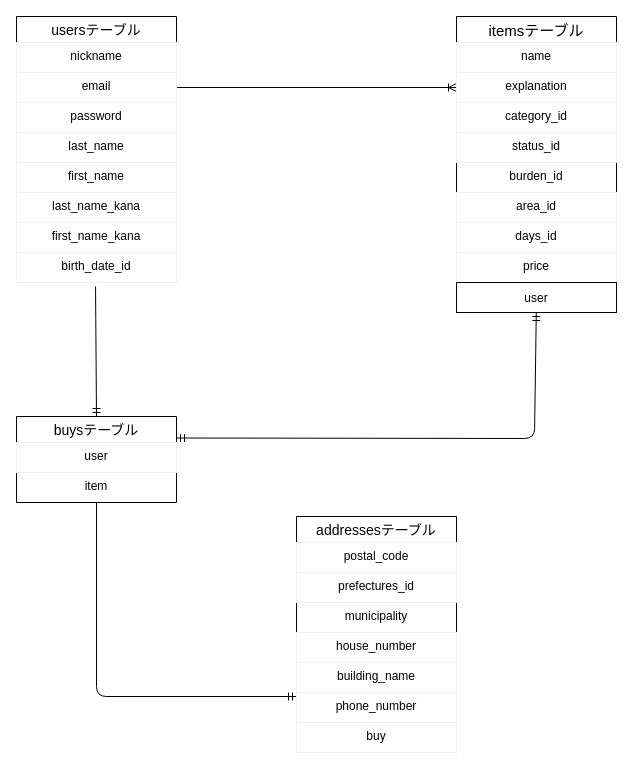
This is furima.dio from MatsuYuu/furima-31100, a draw.io file, before an edit. Source tidied: cells renumbered, new cells numbered last; positions are measured from the earlier drawing's top-left corner, leaving out a move shared by most shapes. Both pictures are drawn from the tidied source at 100%, with x=0, y=0 at pixel (16, 16).
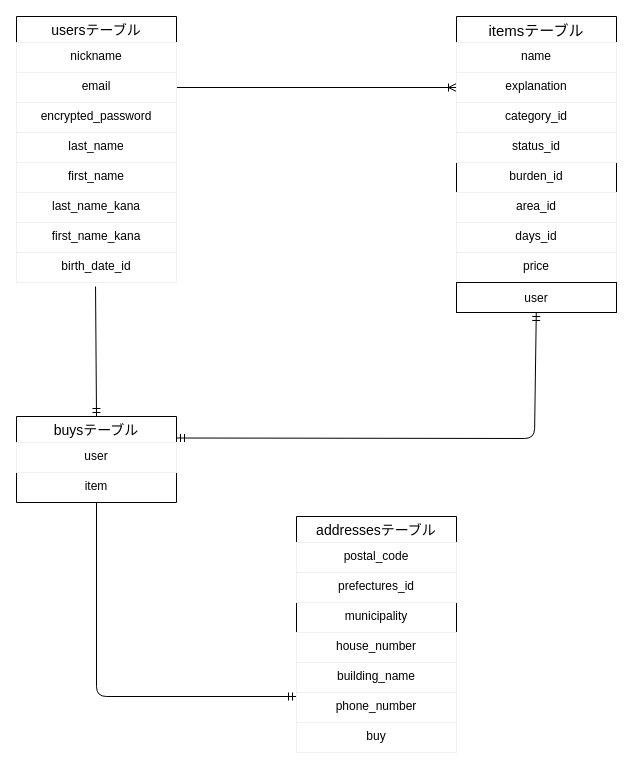
The same page after the edit.

The change refers to these unchanged cells:
```xml
<mxCell id="7" value="usersテーブル" style="swimlane;fontStyle=0;horizontal=1;startSize=26;align=center;fontSize=14;" parent="1" vertex="1">
  <mxGeometry width="160" height="266" as="geometry" />
</mxCell>
```

Change to the diagram source:
```diff
@@
-    <mxCell id="10" value="password" style="text;fillColor=none;spacingLeft=4;spacingRight=4;overflow=hidden;fontSize=12;align=center;strokeColor=#f0f0f0;" parent="7" vertex="1">
+    <mxCell id="10" value="encrypted_password" style="text;fillColor=none;spacingLeft=4;spacingRight=4;overflow=hidden;fontSize=12;align=center;strokeColor=#f0f0f0;" parent="7" vertex="1">
       <mxGeometry y="86" width="160" height="30" as="geometry" />
     </mxCell>
```
